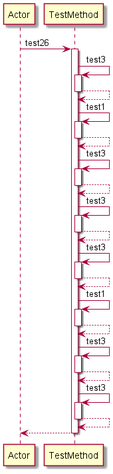
Above: Diagrams/test26.png in manucapo/Gardener (PlantUML), before the change. Source of this version:
```plantuml
@startuml
participant Actor
Actor -> TestMethod: test26
activate TestMethod
TestMethod -> TestMethod: test3
activate TestMethod
TestMethod-->TestMethod
deactivate TestMethod
TestMethod -> TestMethod: test1
activate TestMethod
TestMethod-->TestMethod
deactivate TestMethod
TestMethod -> TestMethod: test3
activate TestMethod
TestMethod-->TestMethod
deactivate TestMethod
TestMethod -> TestMethod: test3
activate TestMethod
TestMethod-->TestMethod
deactivate TestMethod
TestMethod -> TestMethod: test3
activate TestMethod
TestMethod-->TestMethod
deactivate TestMethod
TestMethod -> TestMethod: test1
activate TestMethod
TestMethod-->TestMethod
deactivate TestMethod
TestMethod -> TestMethod: test3
activate TestMethod
TestMethod-->TestMethod
deactivate TestMethod
TestMethod -> TestMethod: test3
activate TestMethod
TestMethod-->TestMethod
deactivate TestMethod
return
@enduml
```
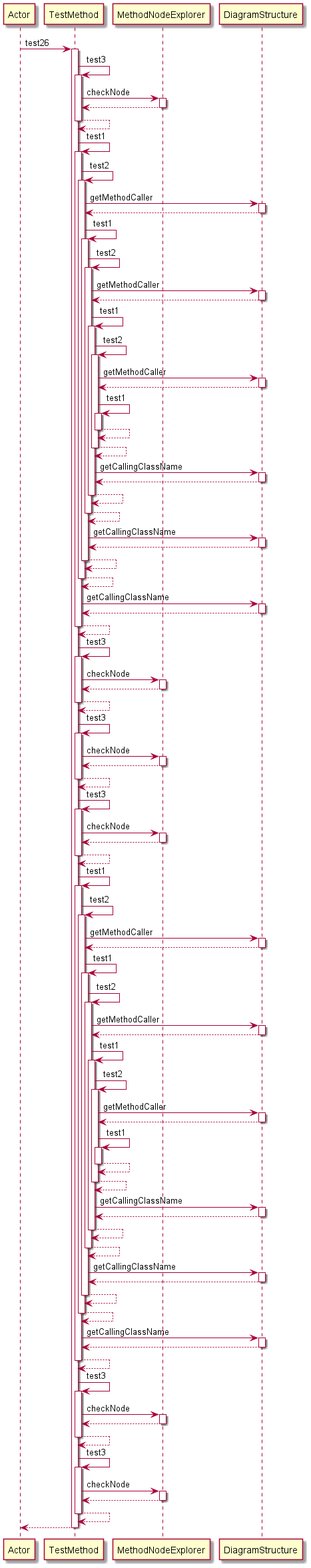
Later version of the same file.

The edit, as a diff of the source:
```diff
@@ -4,34 +4,154 @@
 activate TestMethod
 TestMethod -> TestMethod: test3
 activate TestMethod
+TestMethod -> MethodNodeExplorer: checkNode
+activate MethodNodeExplorer
+MethodNodeExplorer-->TestMethod
+deactivate MethodNodeExplorer
 TestMethod-->TestMethod
 deactivate TestMethod
 TestMethod -> TestMethod: test1
 activate TestMethod
+TestMethod -> TestMethod: test2
+activate TestMethod
+TestMethod -> DiagramStructure: getMethodCaller
+activate DiagramStructure
+DiagramStructure-->TestMethod
+deactivate DiagramStructure
+TestMethod -> TestMethod: test1
+activate TestMethod
+TestMethod -> TestMethod: test2
+activate TestMethod
+TestMethod -> DiagramStructure: getMethodCaller
+activate DiagramStructure
+DiagramStructure-->TestMethod
+deactivate DiagramStructure
+TestMethod -> TestMethod: test1
+activate TestMethod
+TestMethod -> TestMethod: test2
+activate TestMethod
+TestMethod -> DiagramStructure: getMethodCaller
+activate DiagramStructure
+DiagramStructure-->TestMethod
+deactivate DiagramStructure
+TestMethod -> TestMethod: test1
+activate TestMethod
+TestMethod-->TestMethod
+deactivate TestMethod
+TestMethod-->TestMethod
+deactivate TestMethod
+TestMethod -> DiagramStructure: getCallingClassName
+activate DiagramStructure
+DiagramStructure-->TestMethod
+deactivate DiagramStructure
+TestMethod-->TestMethod
+deactivate TestMethod
+TestMethod-->TestMethod
+deactivate TestMethod
+TestMethod -> DiagramStructure: getCallingClassName
+activate DiagramStructure
+DiagramStructure-->TestMethod
+deactivate DiagramStructure
+TestMethod-->TestMethod
+deactivate TestMethod
+TestMethod-->TestMethod
+deactivate TestMethod
+TestMethod -> DiagramStructure: getCallingClassName
+activate DiagramStructure
+DiagramStructure-->TestMethod
+deactivate DiagramStructure
 TestMethod-->TestMethod
 deactivate TestMethod
 TestMethod -> TestMethod: test3
 activate TestMethod
+TestMethod -> MethodNodeExplorer: checkNode
+activate MethodNodeExplorer
+MethodNodeExplorer-->TestMethod
+deactivate MethodNodeExplorer
 TestMethod-->TestMethod
 deactivate TestMethod
 TestMethod -> TestMethod: test3
 activate TestMethod
+TestMethod -> MethodNodeExplorer: checkNode
+activate MethodNodeExplorer
+MethodNodeExplorer-->TestMethod
+deactivate MethodNodeExplorer
 TestMethod-->TestMethod
 deactivate TestMethod
 TestMethod -> TestMethod: test3
 activate TestMethod
+TestMethod -> MethodNodeExplorer: checkNode
+activate MethodNodeExplorer
+MethodNodeExplorer-->TestMethod
+deactivate MethodNodeExplorer
 TestMethod-->TestMethod
 deactivate TestMethod
 TestMethod -> TestMethod: test1
 activate TestMethod
+TestMethod -> TestMethod: test2
+activate TestMethod
+TestMethod -> DiagramStructure: getMethodCaller
+activate DiagramStructure
+DiagramStructure-->TestMethod
+deactivate DiagramStructure
+TestMethod -> TestMethod: test1
+activate TestMethod
+TestMethod -> TestMethod: test2
+activate TestMethod
+TestMethod -> DiagramStructure: getMethodCaller
+activate DiagramStructure
+DiagramStructure-->TestMethod
+deactivate DiagramStructure
+TestMethod -> TestMethod: test1
+activate TestMethod
+TestMethod -> TestMethod: test2
+activate TestMethod
+TestMethod -> DiagramStructure: getMethodCaller
+activate DiagramStructure
+DiagramStructure-->TestMethod
+deactivate DiagramStructure
+TestMethod -> TestMethod: test1
+activate TestMethod
+TestMethod-->TestMethod
+deactivate TestMethod
+TestMethod-->TestMethod
+deactivate TestMethod
+TestMethod -> DiagramStructure: getCallingClassName
+activate DiagramStructure
+DiagramStructure-->TestMethod
+deactivate DiagramStructure
+TestMethod-->TestMethod
+deactivate TestMethod
+TestMethod-->TestMethod
+deactivate TestMethod
+TestMethod -> DiagramStructure: getCallingClassName
+activate DiagramStructure
+DiagramStructure-->TestMethod
+deactivate DiagramStructure
+TestMethod-->TestMethod
+deactivate TestMethod
+TestMethod-->TestMethod
+deactivate TestMethod
+TestMethod -> DiagramStructure: getCallingClassName
+activate DiagramStructure
+DiagramStructure-->TestMethod
+deactivate DiagramStructure
 TestMethod-->TestMethod
 deactivate TestMethod
 TestMethod -> TestMethod: test3
 activate TestMethod
+TestMethod -> MethodNodeExplorer: checkNode
+activate MethodNodeExplorer
+MethodNodeExplorer-->TestMethod
+deactivate MethodNodeExplorer
 TestMethod-->TestMethod
 deactivate TestMethod
 TestMethod -> TestMethod: test3
 activate TestMethod
+TestMethod -> MethodNodeExplorer: checkNode
+activate MethodNodeExplorer
+MethodNodeExplorer-->TestMethod
+deactivate MethodNodeExplorer
 TestMethod-->TestMethod
 deactivate TestMethod
 return
```
